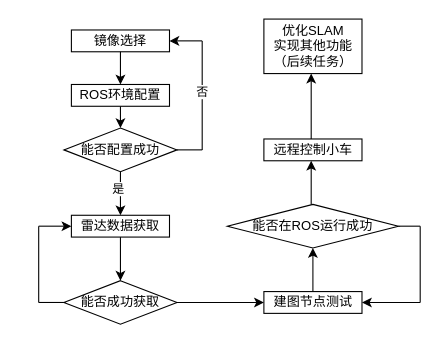
Above: LessonUML/项目进度流程图.drawio in WFTGF2024/UML (draw.io), before the change. Source tidied: cells renumbered, new cells numbered last; positions are measured from the earlier drawing's top-left corner, leaving out a move shared by most shapes. Both pictures are drawn from the tidied source at 109%, with x=0, y=0 at pixel (38, 19).
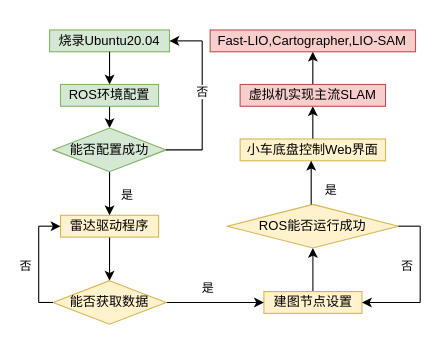
After the change.

Commit message:
更新项目进度流程图.drawio

The change refers to these unchanged cells:
```xml
<mxCell id="9" style="edgeStyle=orthogonalEdgeStyle;rounded=0;jettySize=auto;html=1;exitX=0.5;exitY=1;exitDx=0;exitDy=0;entryX=0.5;entryY=0;entryDx=0;entryDy=0;" parent="1" edge="1" source="11" target="7">
  <mxGeometry relative="1" as="geometry" />
</mxCell>
```

Change to the diagram source:
```diff
@@
-    <mxCell id="2" value="镜像选择" style="rounded=0;whiteSpace=wrap;html=1;" parent="1" vertex="1">
-      <mxGeometry x="30" y="10" width="90" height="20" as="geometry" />
+    <mxCell id="2" value="烧录Ubuntu20.04" style="rounded=0;whiteSpace=wrap;html=1;fillColor=#d5e8d4;strokeColor=#82b366;" parent="1" vertex="1">
+      <mxGeometry x="10" y="10" width="110" height="20" as="geometry" />
     </mxCell>
+    <mxCell id="30" style="edgeStyle=orthogonalEdgeStyle;rounded=0;jettySize=auto;html=1;exitX=0.5;exitY=0;exitDx=0;exitDy=0;entryX=0.5;entryY=1;entryDx=0;entryDy=0;" parent="1" edge="1" source="3" target="29">
+      <mxGeometry relative="1" as="geometry" />
+    </mxCell>
-    <mxCell id="3" value="远程控制小车" style="rounded=0;whiteSpace=wrap;html=1;" parent="1" vertex="1">
-      <mxGeometry x="206.6" y="110" width="90" height="20" as="geometry" />
+    <mxCell id="3" value="小车底盘控制Web界面" style="rounded=0;whiteSpace=wrap;html=1;fillColor=#fff2cc;strokeColor=#d6b656;" parent="1" vertex="1">
+      <mxGeometry x="184.8" y="110" width="133.4" height="20" as="geometry" />
     </mxCell>
@@
-    <mxCell id="5" value="ROS环境配置" style="rounded=0;whiteSpace=wrap;html=1;" parent="1" vertex="1">
-      <mxGeometry x="30" y="60" width="90" height="20" as="geometry" />
+    <mxCell id="5" value="ROS环境配置" style="rounded=0;whiteSpace=wrap;html=1;fillColor=#d5e8d4;strokeColor=#82b366;" parent="1" vertex="1">
+      <mxGeometry x="20" y="60" width="90" height="20" as="geometry" />
     </mxCell>
-    <mxCell id="6" style="edgeStyle=orthogonalEdgeStyle;rounded=0;jettySize=auto;html=1;exitX=0.5;exitY=1;exitDx=0;exitDy=0;entryX=0.5;entryY=0;entryDx=0;entryDy=0;" parent="1" edge="1" source="7">
-      <mxGeometry relative="1" as="geometry">
-        <mxPoint x="75" y="240" as="targetPoint" />
-      </mxGeometry>
-    </mxCell>
+    <mxCell id="31" style="edgeStyle=orthogonalEdgeStyle;rounded=0;jettySize=auto;html=1;exitX=0.5;exitY=1;exitDx=0;exitDy=0;entryX=0.5;entryY=0;entryDx=0;entryDy=0;" parent="1" edge="1" source="7" target="19">
+      <mxGeometry relative="1" as="geometry" />
+    </mxCell>
-    <mxCell id="7" value="雷达数据获取" style="rounded=0;whiteSpace=wrap;html=1;" parent="1" vertex="1">
-      <mxGeometry x="30" y="180" width="90" height="20" as="geometry" />
+    <mxCell id="7" value="雷达驱动程序" style="rounded=0;whiteSpace=wrap;html=1;fillColor=#fff2cc;strokeColor=#d6b656;" parent="1" vertex="1">
+      <mxGeometry x="20" y="180" width="90" height="20" as="geometry" />
     </mxCell>
@@
     <mxCell id="10" value="是" style="edgeLabel;html=1;align=center;verticalAlign=middle;" parent="9" vertex="1">
-      <mxGeometry x="-0.27" y="-3" relative="1" as="geometry" />
+      <mxGeometry x="-0.27" y="-3" relative="1" as="geometry">
+        <mxPoint x="18" y="6" as="offset" />
+      </mxGeometry>
     </mxCell>
-    <mxCell id="11" value="能否配置成功" style="rhombus;whiteSpace=wrap;html=1;" parent="1" vertex="1">
-      <mxGeometry x="23.1" y="100" width="103.8" height="40" as="geometry" />
+    <mxCell id="11" value="能否配置成功" style="rhombus;whiteSpace=wrap;html=1;fillColor=#d5e8d4;strokeColor=#82b366;" parent="1" vertex="1">
+      <mxGeometry x="13.1" y="100" width="103.8" height="40" as="geometry" />
     </mxCell>
@@
-    <mxCell id="17" value="建图节点测试" style="rounded=0;whiteSpace=wrap;html=1;" parent="1" vertex="1">
+    <mxCell id="17" value="建图节点设置" style="rounded=0;whiteSpace=wrap;html=1;fillColor=#fff2cc;strokeColor=#d6b656;" parent="1" vertex="1">
       <mxGeometry x="206.6" y="250" width="90" height="20" as="geometry" />
     </mxCell>
@@
-    <mxCell id="19" value="能否成功获取" style="rhombus;whiteSpace=wrap;html=1;" parent="1" vertex="1">
-      <mxGeometry x="23.1" y="240" width="103.8" height="40" as="geometry" />
+    <mxCell id="19" value="能否获取数据" style="rhombus;whiteSpace=wrap;html=1;fillColor=#fff2cc;strokeColor=#d6b656;" parent="1" vertex="1">
+      <mxGeometry x="13.1" y="240" width="103.8" height="40" as="geometry" />
     </mxCell>
-    <mxCell id="20" value="能否在ROS运行成功" style="rhombus;whiteSpace=wrap;html=1;" parent="1" vertex="1">
+    <mxCell id="20" value="ROS能否运行成功" style="rhombus;whiteSpace=wrap;html=1;fillColor=#fff2cc;strokeColor=#d6b656;" parent="1" vertex="1">
       <mxGeometry x="173.1" y="170" width="156.9" height="40" as="geometry" />
     </mxCell>
     <mxCell id="21" style="endArrow=classic;html=1;rounded=0;" parent="1" edge="1">
       <mxGeometry relative="1" as="geometry">
         <mxPoint y="190" as="sourcePoint" />
-        <mxPoint x="30" y="190" as="targetPoint" />
+        <mxPoint x="20" y="190" as="targetPoint" />
       </mxGeometry>
     </mxCell>
@@
-    <mxCell id="28" style="endArrow=classic;html=1;rounded=0;" parent="1" edge="1">
-      <mxGeometry relative="1" as="geometry">
-        <mxPoint x="250" y="110" as="sourcePoint" />
-        <mxPoint x="250" y="50" as="targetPoint" />
-      </mxGeometry>
-    </mxCell>
+    <mxCell id="32" style="edgeStyle=orthogonalEdgeStyle;rounded=0;jettySize=auto;html=1;exitX=0.5;exitY=0;exitDx=0;exitDy=0;entryX=0.5;entryY=1;entryDx=0;entryDy=0;" parent="1" edge="1" source="29" target="33">
+      <mxGeometry relative="1" as="geometry" />
+    </mxCell>
-    <mxCell id="29" value="优化SLAM&lt;div&gt;实现其他功能&lt;/div&gt;&lt;div&gt;（后续任务）&lt;/div&gt;" style="rounded=0;whiteSpace=wrap;html=1;" parent="1" vertex="1">
-      <mxGeometry x="206.6" width="90" height="50" as="geometry" />
+    <mxCell id="29" value="虚拟机实现主流SLAM" style="rounded=0;whiteSpace=wrap;html=1;fillColor=#f8cecc;strokeColor=#b85450;" parent="1" vertex="1">
+      <mxGeometry x="184.8" y="60" width="133.4" height="20" as="geometry" />
     </mxCell>
+    <mxCell id="33" value="Fast-LIO,Cartographer,LIO-SAM" style="rounded=0;whiteSpace=wrap;html=1;fillColor=#f8cecc;strokeColor=#b85450;" parent="1" vertex="1">
+      <mxGeometry x="157.3" y="10" width="188.4" height="20" as="geometry" />
+    </mxCell>
+    <mxCell id="34" value="否" style="edgeLabel;html=1;align=center;verticalAlign=middle;" parent="1" vertex="1">
+      <mxGeometry x="-10" y="230" as="geometry">
+        <mxPoint x="-3" y="-4" as="offset" />
+      </mxGeometry>
+    </mxCell>
+    <mxCell id="35" value="是" style="edgeLabel;html=1;align=center;verticalAlign=middle;" parent="1" vertex="1">
+      <mxGeometry x="157.3" y="250" as="geometry">
+        <mxPoint x="-3" y="-4" as="offset" />
+      </mxGeometry>
+    </mxCell>
+    <mxCell id="36" value="是" style="edgeLabel;html=1;align=center;verticalAlign=middle;" parent="1" vertex="1">
+      <mxGeometry x="270" y="160" as="geometry">
+        <mxPoint x="-3" y="-4" as="offset" />
+      </mxGeometry>
+    </mxCell>
+    <mxCell id="37" value="否" style="edgeLabel;html=1;align=center;verticalAlign=middle;" parent="1" vertex="1">
+      <mxGeometry x="340" y="230" as="geometry">
+        <mxPoint x="-3" y="-4" as="offset" />
+      </mxGeometry>
+    </mxCell>
```
